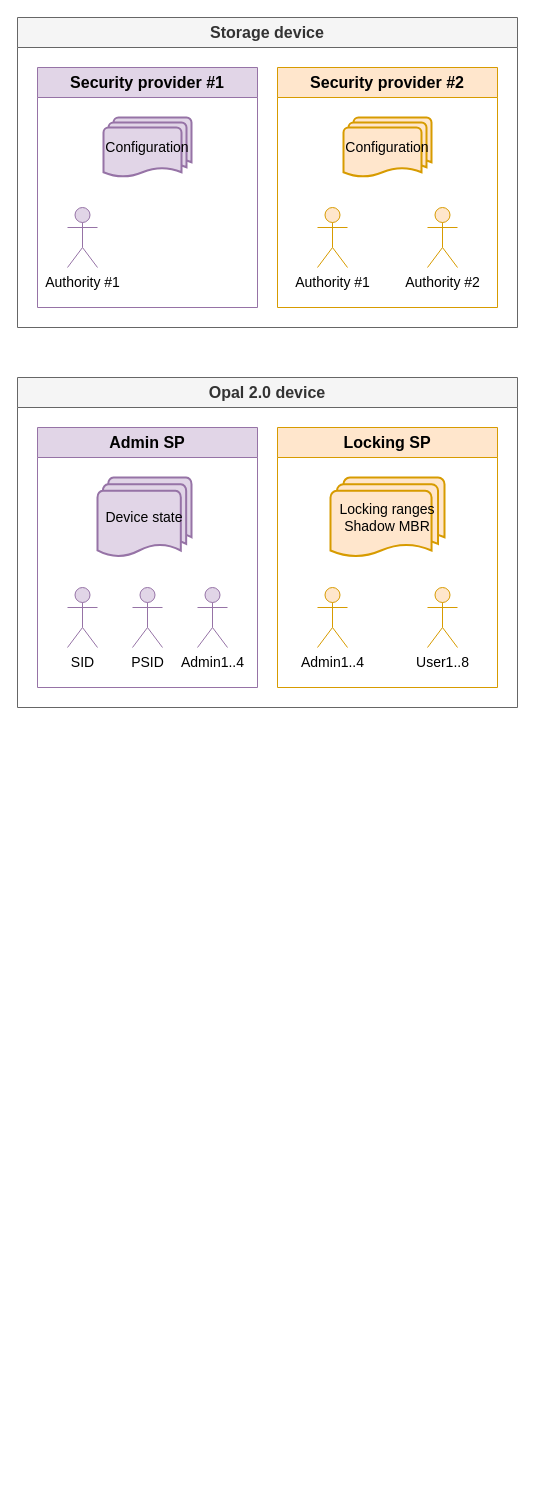
The draw.io diagram static/img/illustrations/docs/overview/sp_and_authority.drawio in petiaccja/sed-manager-website, before the edit. Source tidied: cells renumbered, new cells numbered last; positions are measured from the earlier drawing's top-left corner, leaving out a move shared by most shapes. Both pictures are drawn from the tidied source at 100%, with x=0, y=0 at pixel (17, 17).
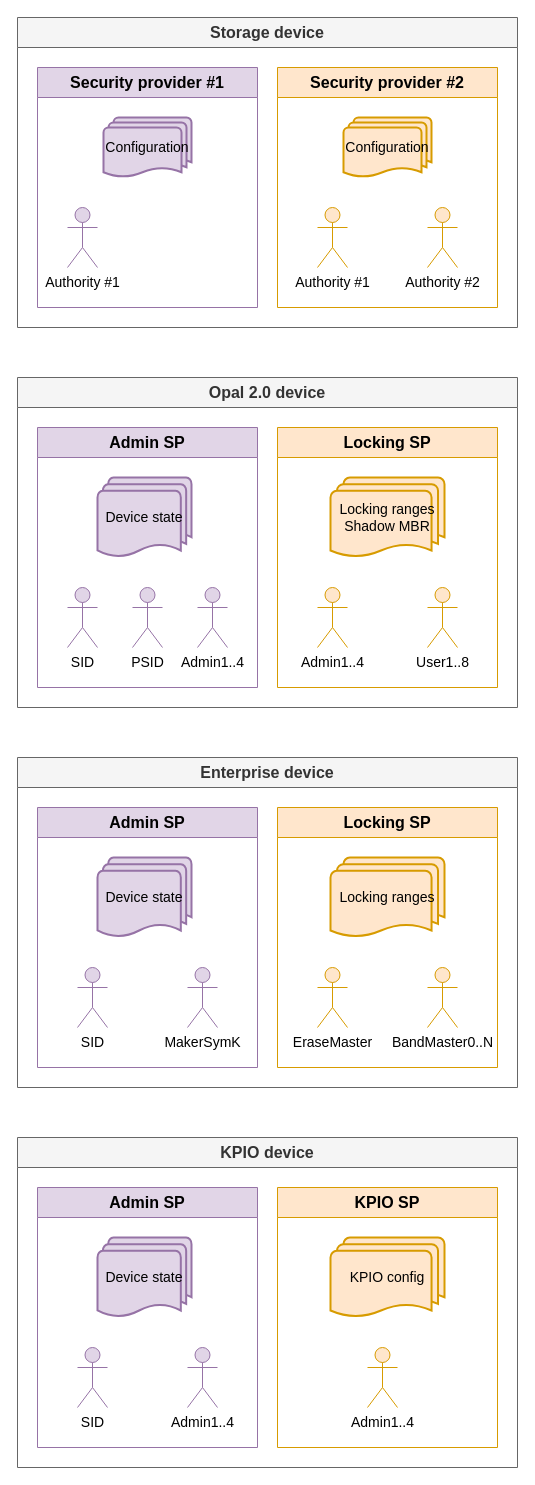
The same diagram, later.

The edit, as a diff of the source:
```diff
@@
+    <mxCell id="20" value="Enterprise device" style="swimlane;whiteSpace=wrap;html=1;fontSize=16;startSize=30;fillColor=#f5f5f5;fontColor=#333333;strokeColor=#666666;" parent="1" vertex="1">
+      <mxGeometry y="740" width="500" height="330" as="geometry" />
+    </mxCell>
+    <mxCell id="21" value="Admin SP" style="swimlane;whiteSpace=wrap;html=1;fontSize=16;startSize=30;fillColor=#e1d5e7;strokeColor=#9673a6;" parent="20" vertex="1">
+      <mxGeometry x="20" y="50" width="220" height="260" as="geometry" />
+    </mxCell>
+    <mxCell id="22" value="SID" style="shape=umlActor;verticalLabelPosition=bottom;verticalAlign=top;html=1;fontSize=14;fillColor=#e1d5e7;strokeColor=#9673a6;" parent="21" vertex="1">
+      <mxGeometry x="40" y="160" width="30" height="60" as="geometry" />
+    </mxCell>
+    <mxCell id="23" value="Device state" style="strokeWidth=2;html=1;shape=mxgraph.flowchart.multi-document;whiteSpace=wrap;fontSize=14;fillColor=#e1d5e7;strokeColor=#9673a6;" parent="21" vertex="1">
+      <mxGeometry x="60" y="50" width="94" height="80" as="geometry" />
+    </mxCell>
+    <mxCell id="24" value="MakerSymK" style="shape=umlActor;verticalLabelPosition=bottom;verticalAlign=top;html=1;fontSize=14;fillColor=#e1d5e7;strokeColor=#9673a6;" parent="21" vertex="1">
+      <mxGeometry x="150" y="160" width="30" height="60" as="geometry" />
+    </mxCell>
+    <mxCell id="25" value="Locking SP" style="swimlane;whiteSpace=wrap;html=1;fontSize=16;startSize=30;fillColor=#ffe6cc;strokeColor=#d79b00;" parent="20" vertex="1">
+      <mxGeometry x="260" y="50" width="220" height="260" as="geometry" />
+    </mxCell>
+    <mxCell id="26" value="EraseMaster" style="shape=umlActor;verticalLabelPosition=bottom;verticalAlign=top;html=1;fontSize=14;fillColor=#ffe6cc;strokeColor=#d79b00;" parent="25" vertex="1">
+      <mxGeometry x="40" y="160" width="30" height="60" as="geometry" />
+    </mxCell>
+    <mxCell id="27" value="BandMaster0..N" style="shape=umlActor;verticalLabelPosition=bottom;verticalAlign=top;html=1;fontSize=14;fillColor=#ffe6cc;strokeColor=#d79b00;" parent="25" vertex="1">
+      <mxGeometry x="150" y="160" width="30" height="60" as="geometry" />
+    </mxCell>
+    <mxCell id="28" value="Locking ranges" style="strokeWidth=2;html=1;shape=mxgraph.flowchart.multi-document;whiteSpace=wrap;fontSize=14;fillColor=#ffe6cc;strokeColor=#d79b00;" parent="25" vertex="1">
+      <mxGeometry x="53" y="50" width="114" height="80" as="geometry" />
+    </mxCell>
+    <mxCell id="29" value="KPIO device" style="swimlane;whiteSpace=wrap;html=1;fontSize=16;startSize=30;fillColor=#f5f5f5;fontColor=#333333;strokeColor=#666666;" parent="1" vertex="1">
+      <mxGeometry y="1120" width="500" height="330" as="geometry" />
+    </mxCell>
+    <mxCell id="30" value="Admin SP" style="swimlane;whiteSpace=wrap;html=1;fontSize=16;startSize=30;fillColor=#e1d5e7;strokeColor=#9673a6;" parent="29" vertex="1">
+      <mxGeometry x="20" y="50" width="220" height="260" as="geometry" />
+    </mxCell>
+    <mxCell id="31" value="SID" style="shape=umlActor;verticalLabelPosition=bottom;verticalAlign=top;html=1;fontSize=14;fillColor=#e1d5e7;strokeColor=#9673a6;" parent="30" vertex="1">
+      <mxGeometry x="40" y="160" width="30" height="60" as="geometry" />
+    </mxCell>
+    <mxCell id="32" value="Device state" style="strokeWidth=2;html=1;shape=mxgraph.flowchart.multi-document;whiteSpace=wrap;fontSize=14;fillColor=#e1d5e7;strokeColor=#9673a6;" parent="30" vertex="1">
+      <mxGeometry x="60" y="50" width="94" height="80" as="geometry" />
+    </mxCell>
+    <mxCell id="33" value="Admin1..4" style="shape=umlActor;verticalLabelPosition=bottom;verticalAlign=top;html=1;fontSize=14;fillColor=#e1d5e7;strokeColor=#9673a6;" parent="30" vertex="1">
+      <mxGeometry x="150" y="160" width="30" height="60" as="geometry" />
+    </mxCell>
+    <mxCell id="34" value="KPIO SP" style="swimlane;whiteSpace=wrap;html=1;fontSize=16;startSize=30;fillColor=#ffe6cc;strokeColor=#d79b00;" parent="29" vertex="1">
+      <mxGeometry x="260" y="50" width="220" height="260" as="geometry" />
+    </mxCell>
+    <mxCell id="35" value="Admin1..4" style="shape=umlActor;verticalLabelPosition=bottom;verticalAlign=top;html=1;fontSize=14;fillColor=#ffe6cc;strokeColor=#d79b00;" parent="34" vertex="1">
+      <mxGeometry x="90" y="160" width="30" height="60" as="geometry" />
+    </mxCell>
+    <mxCell id="36" value="KPIO config" style="strokeWidth=2;html=1;shape=mxgraph.flowchart.multi-document;whiteSpace=wrap;fontSize=14;fillColor=#ffe6cc;strokeColor=#d79b00;" parent="34" vertex="1">
+      <mxGeometry x="53" y="50" width="114" height="80" as="geometry" />
+    </mxCell>
```
